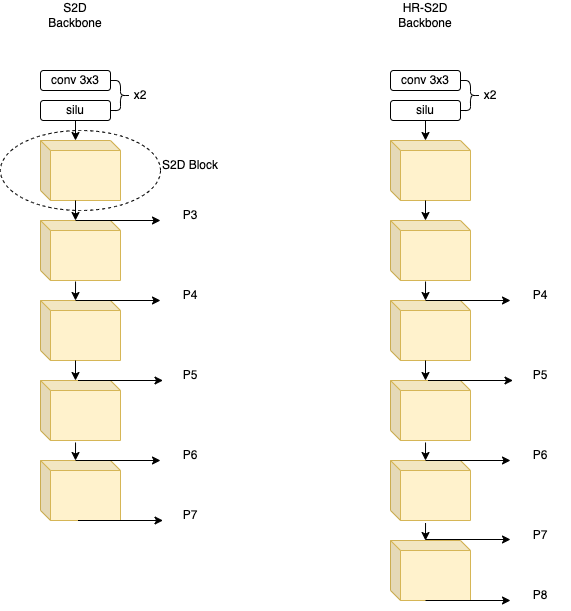
The draw.io diagram s2d backbone.png in johnran103/diagrams, before a commit. Source tidied: cells renumbered, new cells last; positions are measured from the earlier drawing's top-left corner, leaving out a move shared by most shapes.
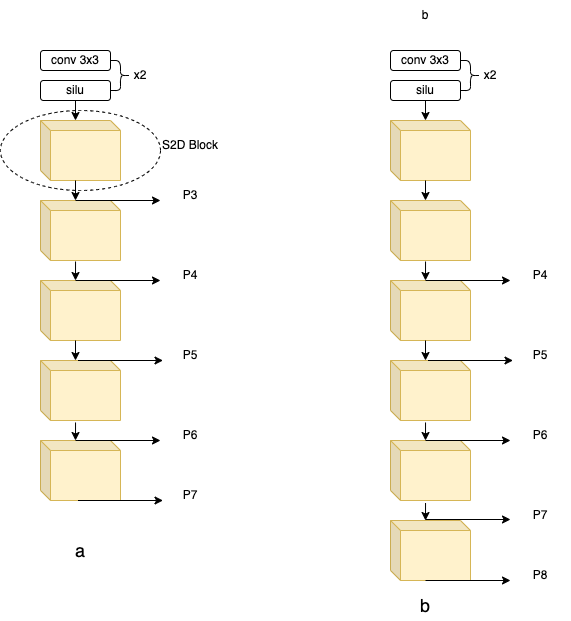
After the change.

Diff of the diagram source:
```diff
@@ -54,8 +54,8 @@
     <mxCell id="17" value="S2D Block" style="text;html=1;strokeColor=none;fillColor=none;align=center;verticalAlign=middle;whiteSpace=wrap;rounded=0;" parent="1" vertex="1">
       <mxGeometry x="160" y="150" width="60" height="30" as="geometry" />
     </mxCell>
-    <mxCell id="18" value="S2D Backbone" style="text;html=1;strokeColor=none;fillColor=none;align=center;verticalAlign=middle;whiteSpace=wrap;rounded=0;" parent="1" vertex="1">
-      <mxGeometry x="45" width="60" height="30" as="geometry" />
+    <mxCell id="18" value="&lt;font style=&quot;font-size: 18px;&quot;&gt;a&lt;/font&gt;" style="text;html=1;strokeColor=none;fillColor=none;align=center;verticalAlign=middle;whiteSpace=wrap;rounded=0;" parent="1" vertex="1">
+      <mxGeometry x="50" y="555" width="60" height="30" as="geometry" />
     </mxCell>
     <mxCell id="19" style="endArrow=classic;html=1;rounded=0;exitX=0;exitY=0;exitDx=35;exitDy=0;exitPerimeter=0;" parent="1" edge="1" source="8">
       <mxGeometry relative="1" as="geometry">
@@ -147,8 +147,8 @@
     <mxCell id="42" style="endArrow=classic;html=1;rounded=0;exitX=0.438;exitY=1.033;exitDx=0;exitDy=0;exitPerimeter=0;entryX=0;entryY=0;entryDx=35;entryDy=0;entryPerimeter=0;" parent="1" edge="1" source="36" target="37">
       <mxGeometry relative="1" as="geometry" />
     </mxCell>
-    <mxCell id="43" value="HR-S2D Backbone" style="text;html=1;strokeColor=none;fillColor=none;align=center;verticalAlign=middle;whiteSpace=wrap;rounded=0;" parent="1" vertex="1">
-      <mxGeometry x="395" width="60" height="30" as="geometry" />
+    <mxCell id="43" value="b" style="text;html=1;strokeColor=none;fillColor=none;align=center;verticalAlign=middle;whiteSpace=wrap;rounded=0;" parent="1" vertex="1">
+      <mxGeometry x="395" y="20" width="60" height="30" as="geometry" />
     </mxCell>
     <mxCell id="44" style="endArrow=classic;html=1;rounded=0;exitX=0;exitY=0;exitDx=35;exitDy=0;exitPerimeter=0;" parent="1" edge="1">
       <mxGeometry relative="1" as="geometry">
@@ -201,5 +201,8 @@
     <mxCell id="55" value="P8" style="text;html=1;strokeColor=none;fillColor=none;align=center;verticalAlign=middle;whiteSpace=wrap;rounded=0;" parent="1" vertex="1">
       <mxGeometry x="510" y="580" width="60" height="30" as="geometry" />
     </mxCell>
+    <mxCell id="56" value="&lt;font style=&quot;font-size: 18px;&quot;&gt;b&lt;/font&gt;" style="text;html=1;strokeColor=none;fillColor=none;align=center;verticalAlign=middle;whiteSpace=wrap;rounded=0;" parent="1" vertex="1">
+      <mxGeometry x="395" y="610" width="60" height="30" as="geometry" />
+    </mxCell>
   </root>
 </mxGraphModel>
```
